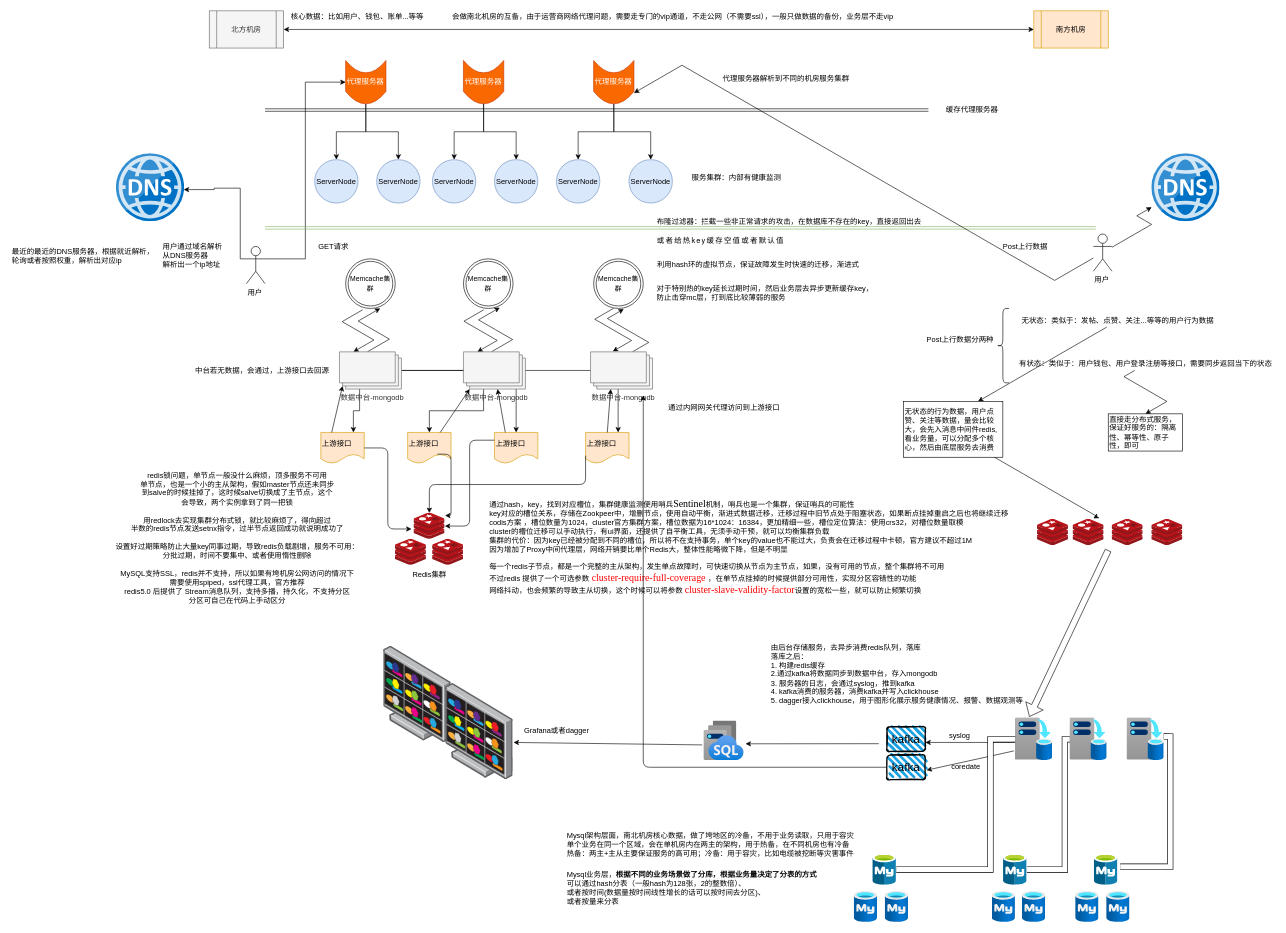
The draw.io diagram 架构.drawio in huoxingyun/drawio, before the edit. Source tidied: cells renumbered, new cells numbered last; positions are measured from the earlier drawing's top-left corner, leaving out a move shared by most shapes. Both pictures are drawn from the tidied source at 62%, with x=0, y=0 at pixel (11, 11).
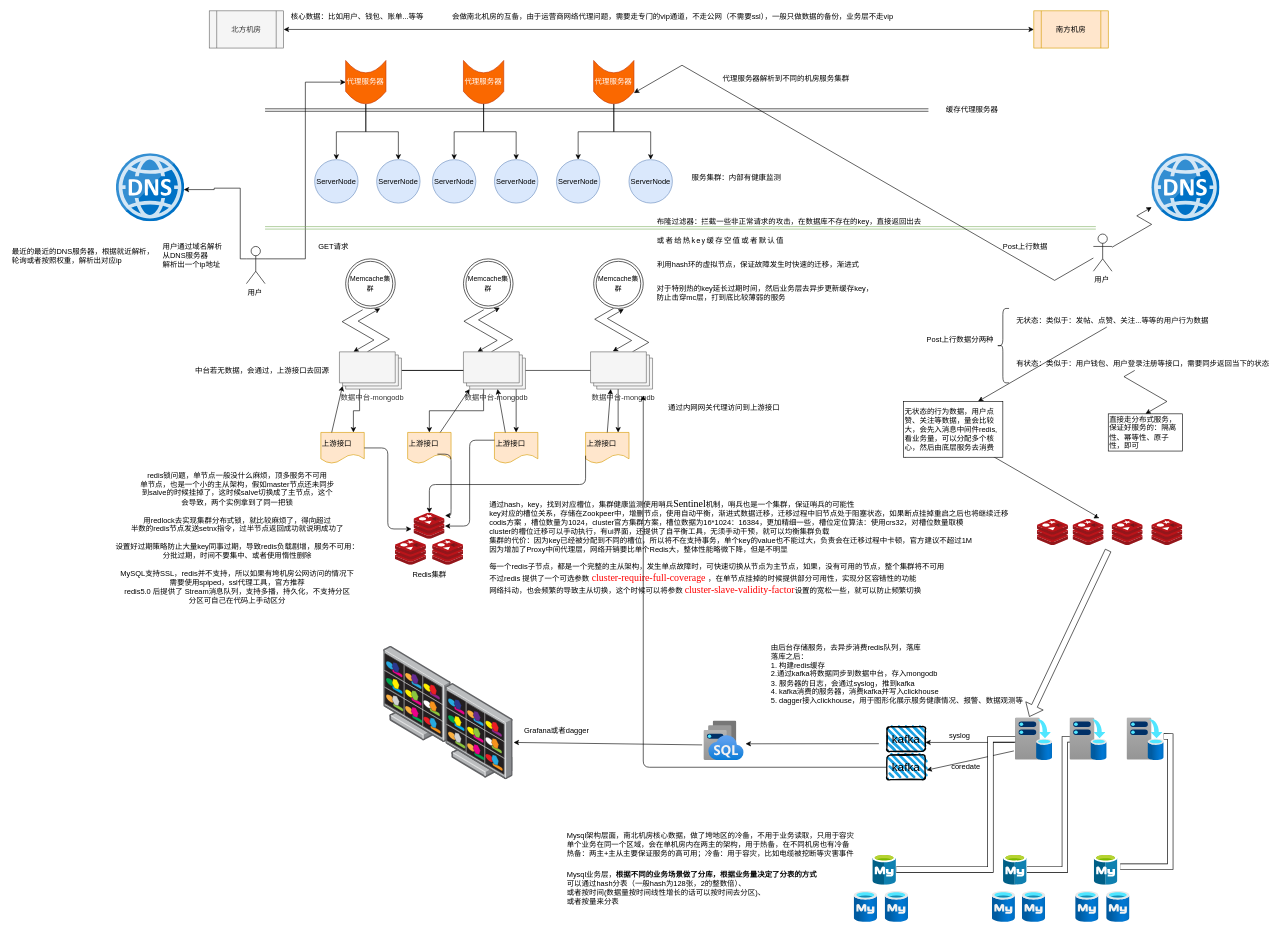
The same page after the edit.

What changed in the source:
```diff
@@
-    <mxCell id="79" value="无状态：类似于：发帖、点赞、关注...等等的用户行为数据" style="text;html=1;align=center;verticalAlign=middle;points=[];" parent="1" vertex="1">
+    <mxCell id="79" value="无状态：类似于：发帖、点赞、关注...等等的用户行为数据" style="text;html=1;align=left;verticalAlign=middle;points=[];" parent="1" vertex="1">
       <mxGeometry x="1620" y="490" width="330" height="20" as="geometry" />
     </mxCell>
@@
-    <mxCell id="81" value="有状态：类似于：用户钱包、用户登录注册等接口，需要同步返回当下的状态" style="text;html=1;align=center;verticalAlign=middle;points=[];" parent="1" vertex="1">
+    <mxCell id="81" value="有状态：类似于：用户钱包、用户登录注册等接口，需要同步返回当下的状态" style="text;html=1;align=left;verticalAlign=middle;points=[];" parent="1" vertex="1">
       <mxGeometry x="1620" y="560" width="420" height="20" as="geometry" />
     </mxCell>
```
